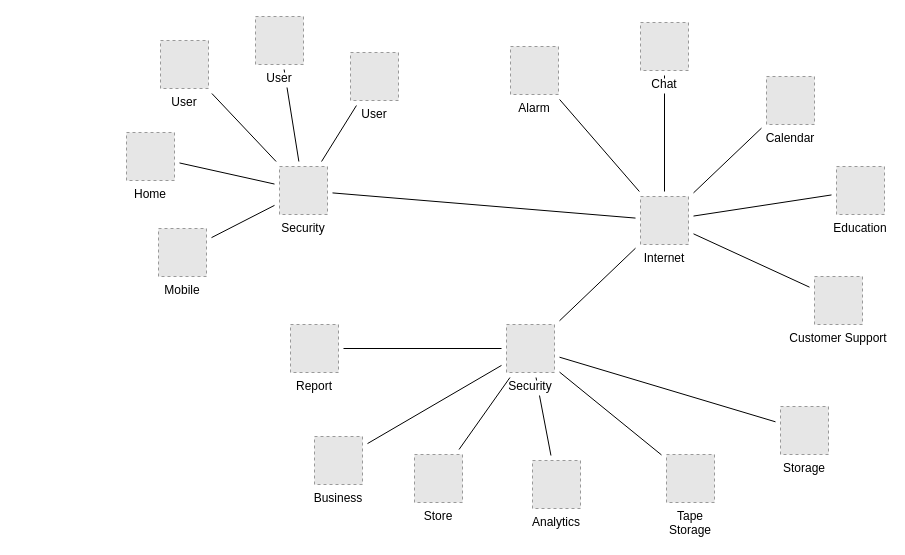
Caffeinejunky6/Cybersecurity keeps this draw.io diagram as Untitled Diagram.drawio. Above is the earlier version. Source tidied: cells renumbered, new cells numbered last; positions are measured from the earlier drawing's top-left corner, leaving out a move shared by most shapes. Both pictures are drawn from the tidied source at 100%, with x=0, y=0 at pixel (126, 16). Pictures stored in the file or linked from it are replaced by grey dashed boxes.
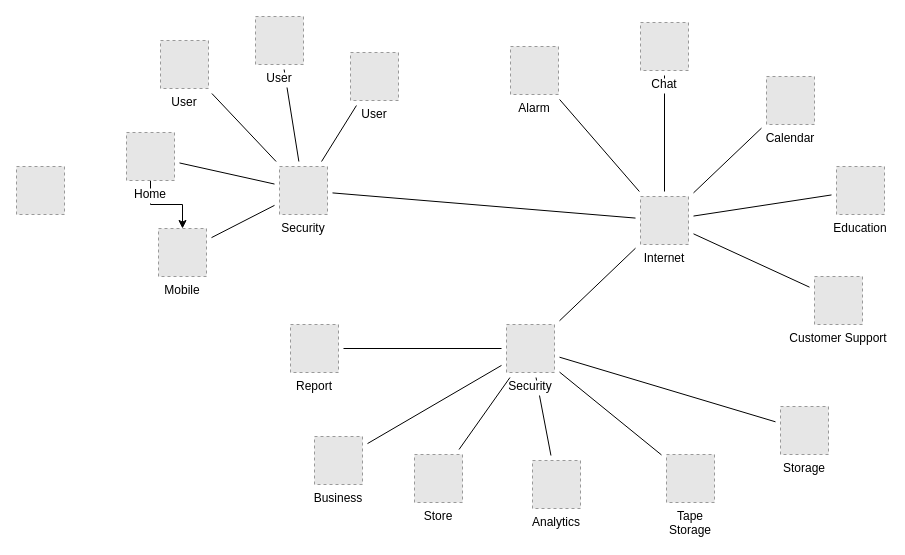
The same page after the edit.

Commit message:
H-Week 13-Lisza Darling

The change refers to these unchanged cells:
```xml
<mxCell id="21" value="Mobile" style="fillColor=#E6E6E6;strokeColor=#999999;dashed=1;verticalLabelPosition=bottom;verticalAlign=top;labelBackgroundColor=#ffffff;" parent="1" vertex="1">
  <mxGeometry x="32" y="212" width="48" height="48" as="geometry" />
</mxCell>
<mxCell id="24" value="Home" style="fillColor=#E6E6E6;strokeColor=#999999;dashed=1;verticalLabelPosition=bottom;verticalAlign=top;labelBackgroundColor=#ffffff;" parent="1" vertex="1">
  <mxGeometry y="116" width="48" height="48" as="geometry" />
</mxCell>
```

What changed in the source:
```diff
@@
+    <mxCell id="39" style="edgeStyle=orthogonalEdgeStyle;rounded=0;jettySize=auto;html=1;" parent="1" edge="1" source="24" target="21">
+      <mxGeometry relative="1" as="geometry" />
+    </mxCell>
@@
+    <mxCell id="40" style="fillColor=#E6E6E6;strokeColor=#999999;dashed=1;verticalLabelPosition=bottom;verticalAlign=top;" parent="1" vertex="1">
+      <mxGeometry x="-110" y="150" width="48" height="48" as="geometry" />
+    </mxCell>
```
